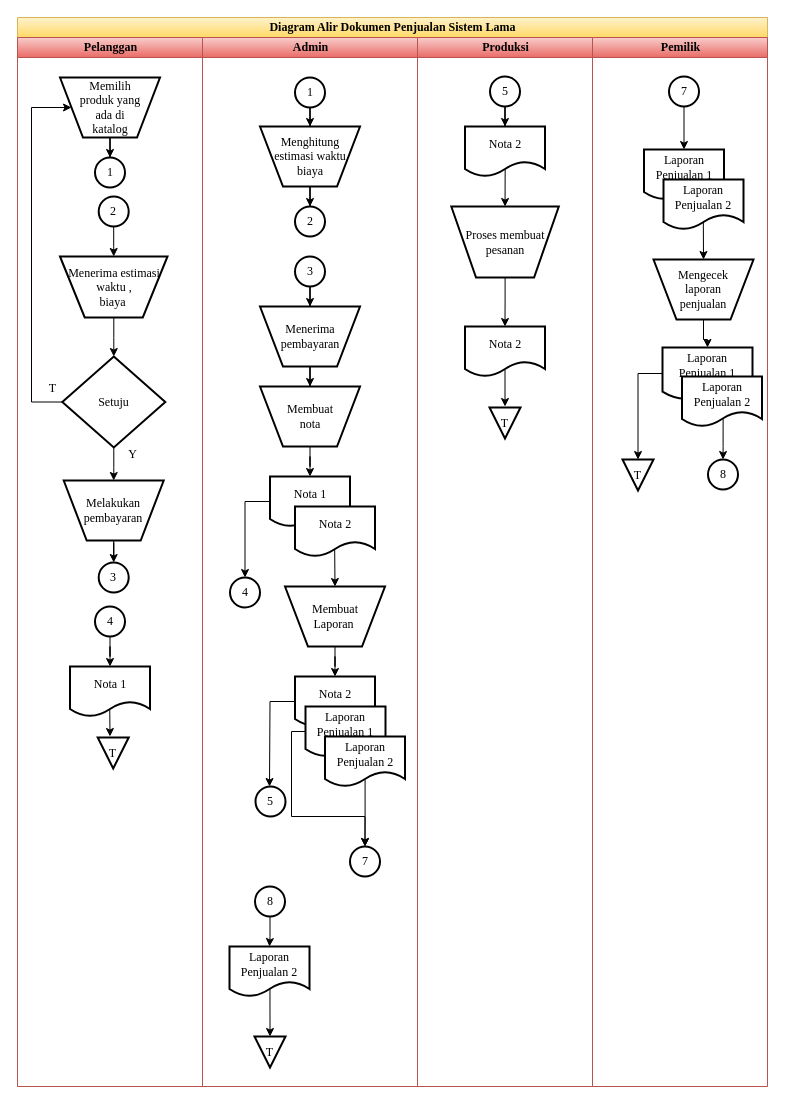
This is page "Flowchart Lama Revisi" (16 of 22) of TA.drawio from angelinahandini/TA, a draw.io file, before an edit. Source tidied: cells renumbered, new cells numbered last; positions are measured from the earlier drawing's top-left corner, leaving out a move shared by most shapes. Both pictures are drawn from the tidied source at 100%, with x=0, y=0 at pixel (17, 17).
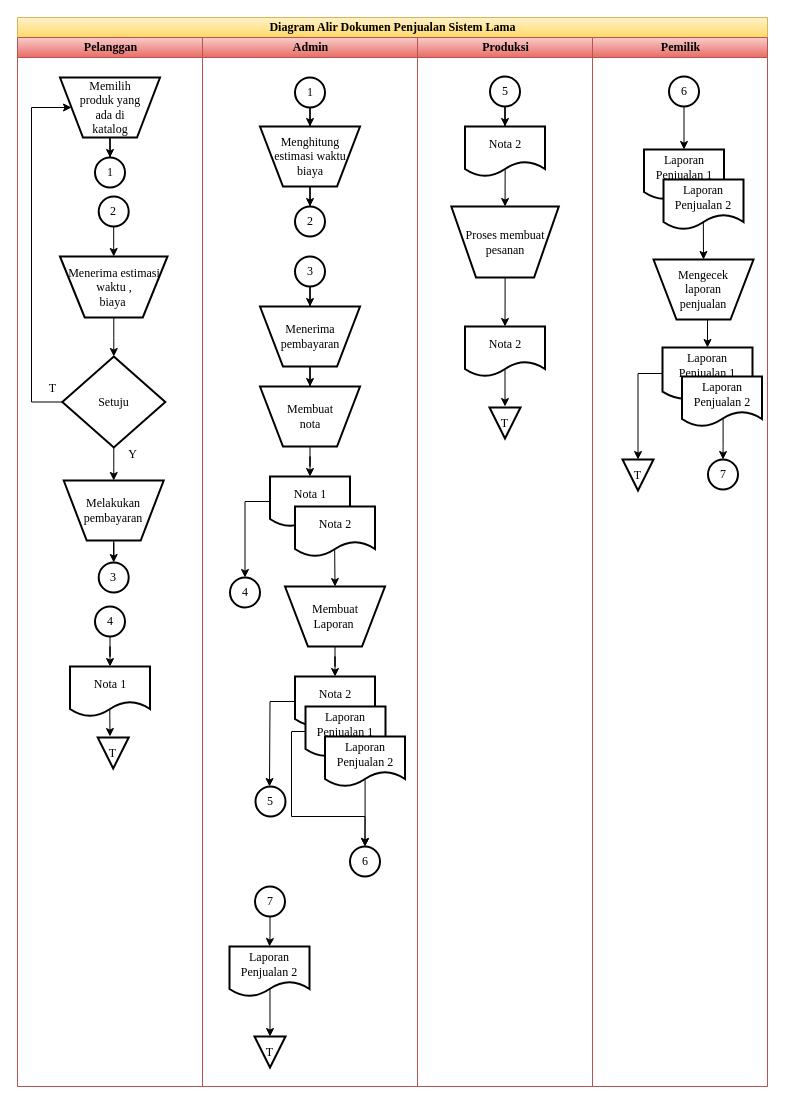
After the change.

Unchanged cells that the change refers to:
```xml
<mxCell id="37" value="Admin" style="swimlane;startSize=20;html=1;fontFamily=Times New Roman;fillColor=#f8cecc;gradientColor=#ea6b66;strokeColor=#b85450;" parent="2" vertex="1">
  <mxGeometry x="185" y="20" width="215" height="1049" as="geometry" />
</mxCell>
<mxCell id="79" value="Pemilik" style="swimlane;startSize=20;html=1;fontFamily=Times New Roman;fillColor=#f8cecc;gradientColor=#ea6b66;strokeColor=#b85450;" parent="2" vertex="1">
  <mxGeometry x="575" y="20" width="175" height="1049" as="geometry" />
</mxCell>
<mxCell id="84" value="Mengecek &lt;br&gt;laporan &lt;br&gt;penjualan" style="verticalLabelPosition=middle;verticalAlign=middle;html=1;shape=trapezoid;perimeter=trapezoidPerimeter;whiteSpace=wrap;size=0.23;arcSize=10;flipV=1;labelPosition=center;align=center;strokeWidth=2;fontSize=12;fontFamily=Times New Roman;" parent="79" vertex="1">
  <mxGeometry x="61" y="222" width="100" height="60" as="geometry" />
</mxCell>
<mxCell id="86" value="Laporan Penjualan 1" style="shape=document;whiteSpace=wrap;html=1;boundedLbl=1;arcSize=10;strokeWidth=2;fontFamily=Times New Roman;" parent="79" vertex="1">
  <mxGeometry x="70" y="310" width="90" height="52" as="geometry" />
</mxCell>
```

Change to the diagram source:
```diff
@@
-    <mxCell id="62" value="7" style="ellipse;whiteSpace=wrap;html=1;arcSize=10;strokeWidth=2;fontFamily=Times New Roman;" parent="37" vertex="1">
+    <mxCell id="62" value="6" style="ellipse;whiteSpace=wrap;html=1;arcSize=10;strokeWidth=2;fontFamily=Times New Roman;" parent="37" vertex="1">
       <mxGeometry x="147.5" y="809" width="30" height="30" as="geometry" />
     </mxCell>
@@
-    <mxCell id="64" value="8" style="ellipse;whiteSpace=wrap;html=1;arcSize=10;strokeWidth=2;fontFamily=Times New Roman;" parent="37" vertex="1">
+    <mxCell id="64" value="7" style="ellipse;whiteSpace=wrap;html=1;arcSize=10;strokeWidth=2;fontFamily=Times New Roman;" parent="37" vertex="1">
       <mxGeometry x="52.5" y="849" width="30" height="30" as="geometry" />
     </mxCell>
@@
-    <mxCell id="80" value="7" style="ellipse;whiteSpace=wrap;html=1;arcSize=10;strokeWidth=2;fontFamily=Times New Roman;" parent="79" vertex="1">
+    <mxCell id="80" value="6" style="ellipse;whiteSpace=wrap;html=1;arcSize=10;strokeWidth=2;fontFamily=Times New Roman;" parent="79" vertex="1">
       <mxGeometry x="76.5" y="39" width="30" height="30" as="geometry" />
     </mxCell>
@@
+    <mxCell id="87" style="edgeStyle=orthogonalEdgeStyle;rounded=0;jettySize=auto;html=1;exitX=0.5;exitY=1;exitDx=0;exitDy=0;entryX=0.5;entryY=0;entryDx=0;entryDy=0;" parent="79" edge="1" source="84" target="86">
+      <mxGeometry relative="1" as="geometry" />
+    </mxCell>
@@
-    <mxCell id="87" style="edgeStyle=orthogonalEdgeStyle;rounded=0;jettySize=auto;html=1;entryX=0.5;entryY=0;entryDx=0;entryDy=0;fontFamily=Times New Roman;" parent="79" edge="1" source="84" target="86">
-      <mxGeometry relative="1" as="geometry" />
-    </mxCell>
@@
-    <mxCell id="89" value="8" style="ellipse;whiteSpace=wrap;html=1;arcSize=10;strokeWidth=2;fontFamily=Times New Roman;" parent="79" vertex="1">
+    <mxCell id="89" value="7" style="ellipse;whiteSpace=wrap;html=1;arcSize=10;strokeWidth=2;fontFamily=Times New Roman;" parent="79" vertex="1">
       <mxGeometry x="115.5" y="422" width="30" height="30" as="geometry" />
     </mxCell>
```
